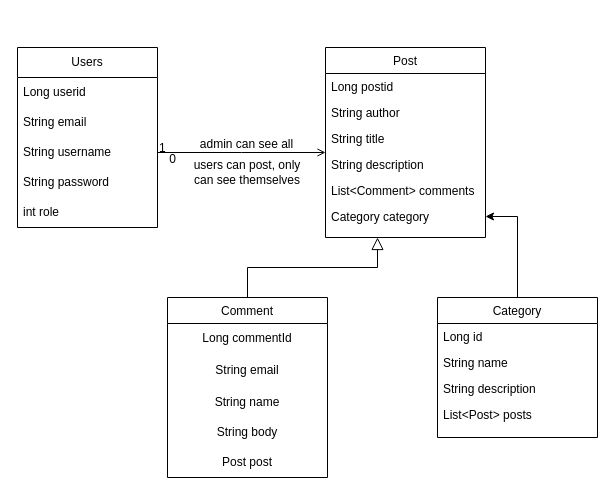
This is user_service/src/main/java/com/evan/user_service/users.drawio from dzwfighting/blog_microservice, a draw.io file, before an edit. Source tidied: cells renumbered, new cells numbered last; positions are measured from the earlier drawing's top-left corner, leaving out a move shared by most shapes. Both pictures are drawn from the tidied source at 100%, with x=0, y=0 at pixel (17, 47).
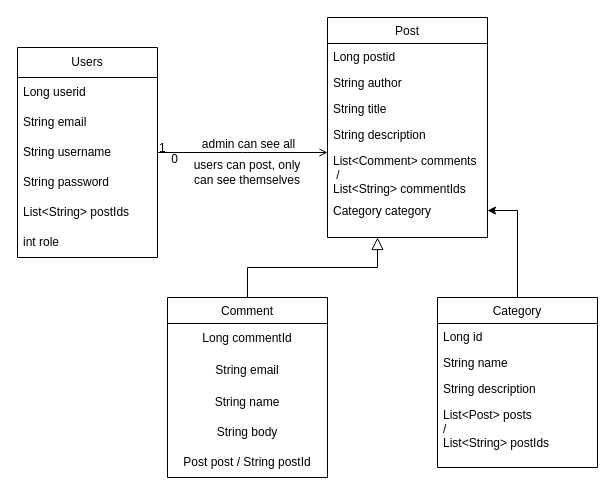
After the change.

Commit message:
update for post, comment, category, user table structure

Unchanged cells that the change refers to:
```xml
<mxCell id="8" value="Comment" style="swimlane;fontStyle=0;align=center;verticalAlign=top;horizontal=1;startSize=26;rounded=0;shadow=0;strokeWidth=1;" parent="1" vertex="1">
  <mxGeometry x="150" y="250" width="160" height="180" as="geometry" />
</mxCell>
```

Diff of the diagram source:
```diff
@@
     <mxCell id="3" value="Category" style="swimlane;fontStyle=0;align=center;verticalAlign=top;horizontal=1;startSize=26;rounded=0;shadow=0;strokeWidth=1;" parent="1" vertex="1">
-      <mxGeometry x="420" y="250" width="160" height="140" as="geometry" />
+      <mxGeometry x="420" y="250" width="160" height="170" as="geometry" />
     </mxCell>
@@
-    <mxCell id="7" value="List&lt;Post&gt; posts" style="text;align=left;verticalAlign=top;spacingLeft=4;spacingRight=4;overflow=hidden;rounded=0;shadow=0;html=0;" parent="3" vertex="1">
-      <mxGeometry y="104" width="160" height="26" as="geometry" />
+    <mxCell id="7" value="List&lt;Post&gt; posts&#10;/&#10;List&lt;String&gt; postIds" style="text;align=left;verticalAlign=top;spacingLeft=4;spacingRight=4;overflow=hidden;rounded=0;shadow=0;html=0;" parent="3" vertex="1">
+      <mxGeometry y="104" width="160" height="56" as="geometry" />
     </mxCell>
@@
-    <mxCell id="13" value="Post post" style="text;html=1;align=center;verticalAlign=middle;whiteSpace=wrap;rounded=0;" parent="8" vertex="1">
+    <mxCell id="13" value="Post post / String postId" style="text;html=1;align=center;verticalAlign=middle;whiteSpace=wrap;rounded=0;" parent="8" vertex="1">
       <mxGeometry y="150" width="160" height="30" as="geometry" />
     </mxCell>
@@
     <mxCell id="15" value="Post" style="swimlane;fontStyle=0;align=center;verticalAlign=top;horizontal=1;startSize=26;rounded=0;shadow=0;strokeWidth=1;" parent="1" vertex="1">
-      <mxGeometry x="308" width="160" height="190" as="geometry" />
+      <mxGeometry x="310" y="-30" width="160" height="220" as="geometry" />
     </mxCell>
@@
-    <mxCell id="20" value="List&lt;Comment&gt; comments" style="text;align=left;verticalAlign=top;spacingLeft=4;spacingRight=4;overflow=hidden;rounded=0;shadow=0;html=0;" parent="15" vertex="1">
-      <mxGeometry y="130" width="160" height="26" as="geometry" />
+    <mxCell id="20" value="List&lt;Comment&gt; comments&#10; / &#10;List&lt;String&gt; commentIds" style="text;align=left;verticalAlign=top;spacingLeft=4;spacingRight=4;overflow=hidden;rounded=0;shadow=0;html=0;" parent="15" vertex="1">
+      <mxGeometry y="130" width="160" height="50" as="geometry" />
     </mxCell>
     <mxCell id="21" value="Category category" style="text;align=left;verticalAlign=top;spacingLeft=4;spacingRight=4;overflow=hidden;points=[[0,0.5],[1,0.5]];portConstraint=eastwest;rounded=0;shadow=0;html=0;" parent="15" vertex="1">
-      <mxGeometry y="156" width="160" height="26" as="geometry" />
+      <mxGeometry y="180" width="160" height="26" as="geometry" />
     </mxCell>
@@
     <mxCell id="26" value="Users" style="swimlane;fontStyle=0;horizontal=1;startSize=30;whiteSpace=wrap;html=1;" parent="1" vertex="1">
-      <mxGeometry width="140" height="180" as="geometry" />
+      <mxGeometry width="140" height="210" as="geometry" />
     </mxCell>
@@
+    <mxCell id="33" value="&lt;span style=&quot;text-align: center;&quot;&gt;List&amp;lt;String&amp;gt; postIds&lt;/span&gt;" style="text;strokeColor=none;fillColor=none;align=left;verticalAlign=middle;spacingLeft=4;spacingRight=4;overflow=hidden;whiteSpace=wrap;html=1;" parent="26" vertex="1">
+      <mxGeometry y="150" width="140" height="30" as="geometry" />
+    </mxCell>
     <mxCell id="31" value="&lt;span style=&quot;text-align: center;&quot;&gt;int role&lt;/span&gt;" style="text;strokeColor=none;fillColor=none;align=left;verticalAlign=middle;spacingLeft=4;spacingRight=4;overflow=hidden;whiteSpace=wrap;html=1;" parent="26" vertex="1">
-      <mxGeometry y="150" width="140" height="30" as="geometry" />
+      <mxGeometry y="180" width="140" height="30" as="geometry" />
     </mxCell>
```
